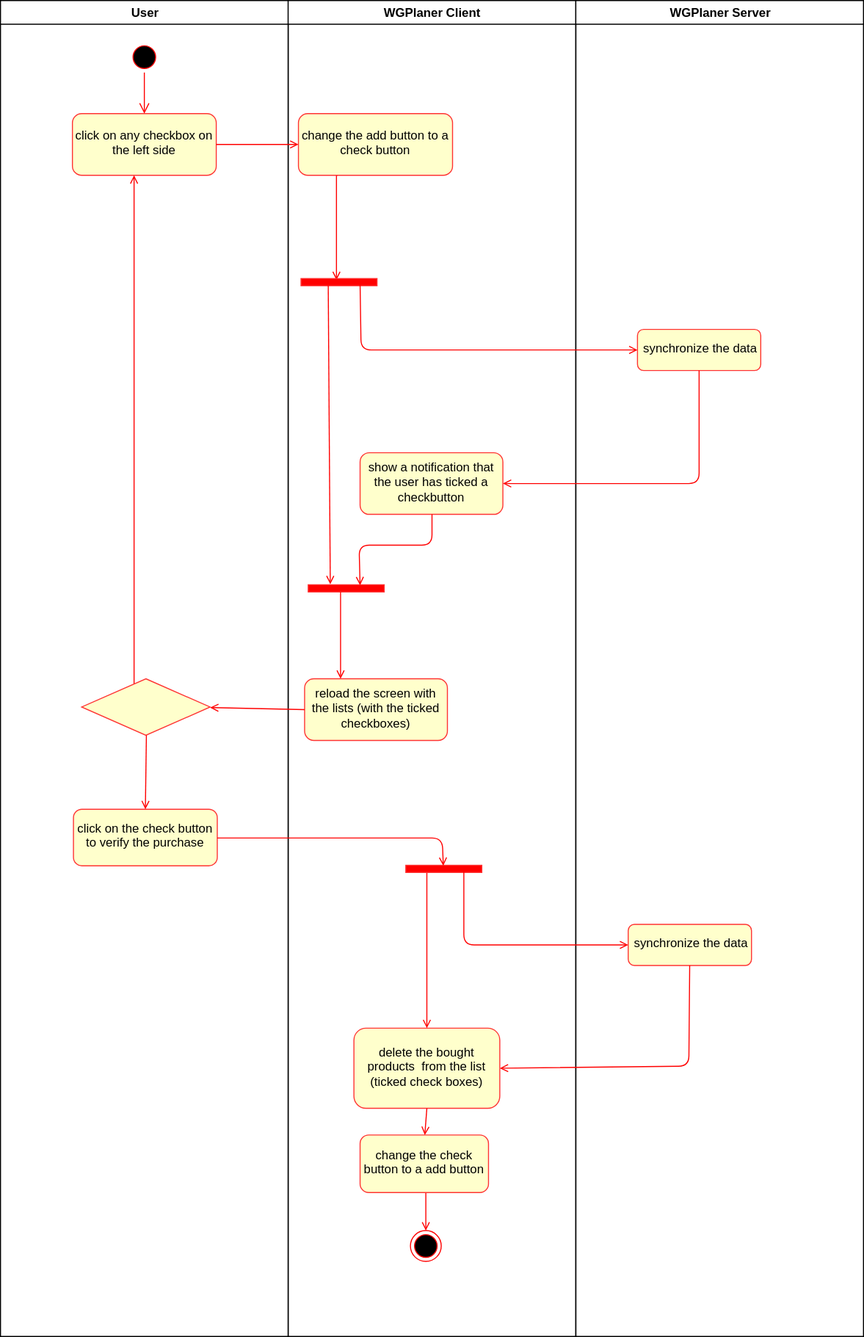
Before: Documentation/ActivityDiagrams/uc_buy_item_activity_diagramm.svg, a diagram exported from draw.io (WGPlaner/wg_planer). Source tidied: cells renumbered, new cells last; positions are measured from the earlier drawing's top-left corner, leaving out a move shared by most shapes.
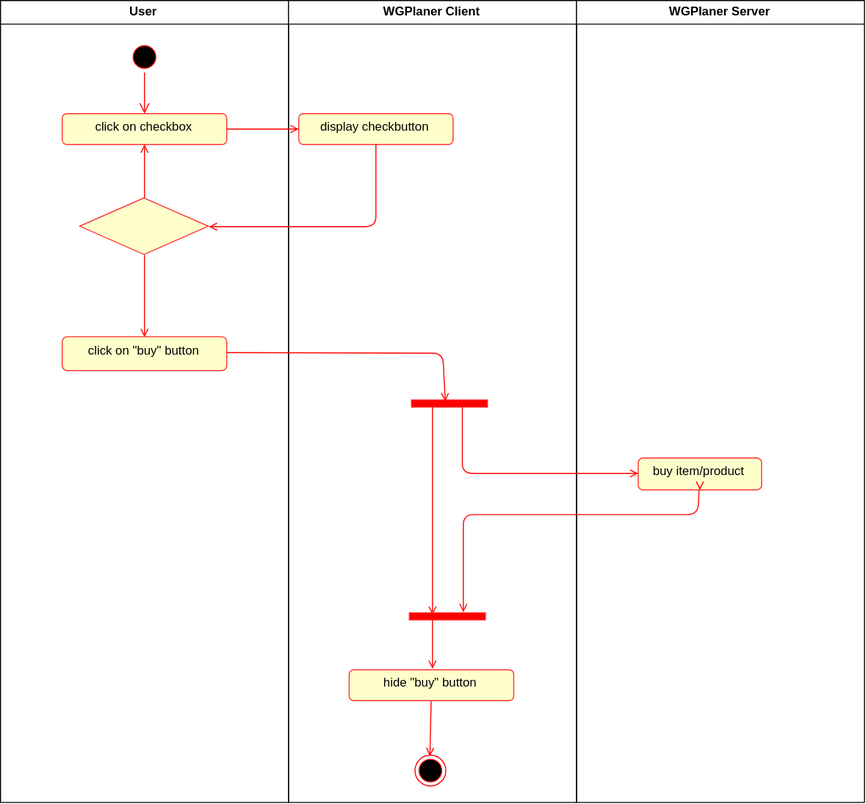
After the change.

What changed in the source:
```diff
@@ -3,7 +3,7 @@
     <mxCell id="0" />
     <mxCell id="1" parent="0" />
     <mxCell id="2" value="User" style="swimlane;whiteSpace=wrap;" parent="1" vertex="1">
-      <mxGeometry width="280" height="1300" as="geometry" />
+      <mxGeometry width="280" height="780" as="geometry" />
     </mxCell>
     <mxCell id="3" style="ellipse;shape=startState;fillColor=#000000;strokeColor=#ff0000;" parent="2" vertex="1">
       <mxGeometry x="125" y="40" width="30" height="30" as="geometry" />
@@ -11,146 +11,92 @@
     <mxCell id="4" style="edgeStyle=elbowEdgeStyle;elbow=horizontal;verticalAlign=bottom;endArrow=open;endSize=8;strokeColor=#FF0000;endFill=1;rounded=0;entryX=0.5;entryY=0;" parent="2" edge="1" source="3" target="5">
       <mxGeometry x="100" y="40" as="geometry" />
     </mxCell>
-    <mxCell id="5" value="click on any checkbox on the left side" style="rounded=1;whiteSpace=wrap;html=1;fillColor=#FFFFCC;strokeColor=#FF3333;" parent="2" vertex="1">
-      <mxGeometry x="70" y="110" width="140" height="60" as="geometry" />
+    <mxCell id="5" value="click on checkbox" style="rounded=1;whiteSpace=wrap;html=1;fillColor=#FFFFCC;strokeColor=#FF3333;" parent="2" vertex="1">
+      <mxGeometry x="60" y="110" width="160" height="30" as="geometry" />
     </mxCell>
     <mxCell id="6" style="edgeStyle=orthogonalEdgeStyle;rounded=0;html=1;exitX=0.5;exitY=0;entryX=0.5;entryY=0;jettySize=auto;orthogonalLoop=1;strokeColor=#FF0000;" parent="2" edge="1" source="5" target="5">
       <mxGeometry relative="1" as="geometry" />
     </mxCell>
-    <mxCell id="7" style="edgeStyle=orthogonalEdgeStyle;rounded=0;html=1;entryX=0.432;entryY=1;entryPerimeter=0;endArrow=open;endFill=0;jettySize=auto;strokeColor=#FF0000;" parent="2" edge="1" source="8" target="5">
-      <mxGeometry relative="1" as="geometry">
-        <Array as="points">
-          <mxPoint x="130" y="340" />
-          <mxPoint x="130" y="340" />
-        </Array>
-      </mxGeometry>
-    </mxCell>
+    <mxCell id="25" style="edgeStyle=none;rounded=1;html=1;exitX=0.5;exitY=0;entryX=0.5;entryY=1;endArrow=open;endFill=0;jettySize=auto;strokeColor=#FF0000;" parent="2" edge="1" source="8" target="5">
+      <mxGeometry relative="1" as="geometry" />
+    </mxCell>
+    <mxCell id="26" style="edgeStyle=none;rounded=1;html=1;exitX=0.5;exitY=1;entryX=0.5;entryY=0;endArrow=open;endFill=0;jettySize=auto;strokeColor=#FF0000;" parent="2" edge="1" source="8" target="9">
+      <mxGeometry relative="1" as="geometry" />
+    </mxCell>
     <mxCell id="8" style="rhombus;whiteSpace=wrap;html=1;strokeColor=#FF3333;fillColor=#FFFFCC;" parent="2" vertex="1">
-      <mxGeometry x="79" y="660" width="125" height="55" as="geometry" />
+      <mxGeometry x="77" y="192" width="125" height="55" as="geometry" />
     </mxCell>
-    <mxCell id="9" value="click on the check button to verify the purchase" style="rounded=1;whiteSpace=wrap;html=1;fillColor=#FFFFCC;strokeColor=#FF3333;" parent="2" vertex="1">
-      <mxGeometry x="71" y="787" width="140" height="55" as="geometry" />
+    <mxCell id="9" value="click on &quot;buy&quot; button" style="rounded=1;whiteSpace=wrap;html=1;fillColor=#FFFFCC;strokeColor=#FF3333;" parent="2" vertex="1">
+      <mxGeometry x="60" y="327" width="160" height="33" as="geometry" />
     </mxCell>
-    <mxCell id="10" style="endArrow=open;html=1;strokeColor=#FF0000;entryX=0.5;entryY=0;endFill=0;exitX=0.5;exitY=1;" parent="2" edge="1" source="8" target="9">
-      <mxGeometry relative="1" as="geometry" />
-    </mxCell>
     <mxCell id="11" value="WGPlaner Client" style="swimlane;whiteSpace=wrap;" parent="1" vertex="1">
-      <mxGeometry x="280" width="280" height="1300" as="geometry" />
+      <mxGeometry x="280" width="280" height="780" as="geometry" />
     </mxCell>
-    <mxCell id="12" style="edgeStyle=orthogonalEdgeStyle;rounded=0;html=1;entryX=0.228;entryY=0.534;entryPerimeter=0;endArrow=open;endFill=0;jettySize=auto;strokeColor=#FF0000;exitX=0.25;exitY=1;" parent="11" edge="1" source="13" target="15">
-      <mxGeometry relative="1" as="geometry">
-        <Array as="points">
-          <mxPoint x="47" y="250" />
-          <mxPoint x="47" y="250" />
-        </Array>
-      </mxGeometry>
-    </mxCell>
-    <mxCell id="13" value="change the add button to a check button" style="rounded=1;whiteSpace=wrap;html=1;fillColor=#FFFFCC;strokeColor=#FF3333;" parent="11" vertex="1">
-      <mxGeometry x="10" y="110" width="150" height="60" as="geometry" />
+    <mxCell id="13" value="display checkbutton" style="rounded=1;whiteSpace=wrap;html=1;fillColor=#FFFFCC;strokeColor=#FF3333;" parent="11" vertex="1">
+      <mxGeometry x="10" y="110" width="150" height="30" as="geometry" />
     </mxCell>
-    <mxCell id="14" value="reload the screen with the lists (with the ticked checkboxes)" style="rounded=1;whiteSpace=wrap;html=1;fillColor=#FFFFCC;strokeColor=#FF3333;" parent="11" vertex="1">
-      <mxGeometry x="16" y="660" width="139" height="60" as="geometry" />
-    </mxCell>
-    <mxCell id="15" style="html=1;points=[];perimeter=orthogonalPerimeter;strokeColor=#FF3333;fillColor=#FF0000;rotation=90;" parent="11" vertex="1">
-      <mxGeometry x="46" y="237" width="7" height="74" as="geometry" />
-    </mxCell>
-    <mxCell id="16" style="endArrow=open;html=1;strokeColor=#FF0000;exitX=0.929;exitY=0.644;exitPerimeter=0;endFill=0;" parent="11" edge="1" source="15">
-      <mxGeometry relative="1" as="geometry">
-        <mxPoint x="41" y="568" as="targetPoint" />
-      </mxGeometry>
-    </mxCell>
     <mxCell id="17" style="html=1;points=[];perimeter=orthogonalPerimeter;strokeColor=#FF3333;fillColor=#FF0000;rotation=90;" parent="11" vertex="1">
-      <mxGeometry x="148" y="808" width="7" height="74" as="geometry" />
+      <mxGeometry x="153" y="355" width="7" height="74" as="geometry" />
     </mxCell>
     <mxCell id="18" style="ellipse;shape=endState;fillColor=#000000;strokeColor=#ff0000;" parent="11" vertex="1">
-      <mxGeometry x="119" y="1197" width="30" height="30" as="geometry" />
+      <mxGeometry x="123" y="734" width="30" height="30" as="geometry" />
     </mxCell>
-    <mxCell id="19" value="delete the bought products&amp;nbsp; from the list (ticked check boxes)" style="rounded=1;whiteSpace=wrap;html=1;fillColor=#FFFFCC;strokeColor=#FF3333;" parent="11" vertex="1">
-      <mxGeometry x="64" y="1000" width="142" height="78" as="geometry" />
-    </mxCell>
-    <mxCell id="20" style="endArrow=open;html=1;strokeColor=#FF0000;endFill=0;entryX=0.5;entryY=0;exitX=1.017;exitY=0.728;exitPerimeter=0;" parent="11" edge="1" source="17" target="19">
+    <mxCell id="20" style="endArrow=open;html=1;strokeColor=#FF0000;endFill=0;entryX=0.214;entryY=0.708;exitX=1.017;exitY=0.728;exitPerimeter=0;entryPerimeter=0;" parent="11" edge="1" source="17" target="38">
       <mxGeometry relative="1" as="geometry" />
     </mxCell>
-    <mxCell id="21" style="edgeStyle=orthogonalEdgeStyle;curved=1;rounded=0;html=1;entryX=0.5;entryY=0;endArrow=open;endFill=0;jettySize=auto;strokeColor=#FF0000;" parent="11" edge="1" source="22" target="18">
-      <mxGeometry relative="1" as="geometry">
-        <Array as="points">
-          <mxPoint x="134" y="1171" />
-        </Array>
-      </mxGeometry>
+    <mxCell id="21" style="edgeStyle=none;rounded=1;html=1;entryX=0.5;entryY=0;endArrow=open;endFill=0;jettySize=auto;strokeColor=#FF0000;" parent="11" edge="1" source="22" target="18">
+      <mxGeometry relative="1" as="geometry" />
     </mxCell>
-    <mxCell id="22" value="change the check button to a add button " style="rounded=1;whiteSpace=wrap;html=1;fillColor=#FFFFCC;strokeColor=#FF3333;" parent="11" vertex="1">
-      <mxGeometry x="70" y="1104" width="125" height="56" as="geometry" />
+    <mxCell id="22" value="hide &quot;buy&quot; button" style="rounded=1;whiteSpace=wrap;html=1;fillColor=#FFFFCC;strokeColor=#FF3333;" parent="11" vertex="1">
+      <mxGeometry x="59" y="651" width="160" height="30" as="geometry" />
     </mxCell>
-    <mxCell id="23" style="endArrow=open;html=1;strokeColor=#FF0000;exitX=0.5;exitY=1;endFill=0;entryX=0.5;entryY=0;" parent="11" edge="1" source="19" target="22">
-      <mxGeometry relative="1" as="geometry" />
-    </mxCell>
-    <mxCell id="24" value="show a notification that the user has ticked a checkbutton" style="rounded=1;whiteSpace=wrap;html=1;fillColor=#FFFFCC;strokeColor=#FF3333;" parent="11" vertex="1">
-      <mxGeometry x="70" y="440" width="139" height="60" as="geometry" />
-    </mxCell>
-    <mxCell id="25" style="html=1;points=[];perimeter=orthogonalPerimeter;strokeColor=#FF3333;fillColor=#FF0000;rotation=90;" parent="11" vertex="1">
-      <mxGeometry x="53" y="535" width="7" height="74" as="geometry" />
-    </mxCell>
-    <mxCell id="26" style="rounded=1;html=1;entryX=0.044;entryY=0.323;endArrow=open;endFill=0;jettySize=auto;strokeColor=#FF0000;exitX=0.5;exitY=1;elbow=vertical;entryPerimeter=0;" parent="11" edge="1" source="24" target="25">
-      <mxGeometry relative="1" as="geometry">
-        <Array as="points">
-          <mxPoint x="140" y="530" />
-          <mxPoint x="69" y="530" />
-        </Array>
-      </mxGeometry>
-    </mxCell>
+    <mxCell id="38" style="html=1;points=[];perimeter=orthogonalPerimeter;strokeColor=#FF3333;fillColor=#FF0000;rotation=90;" parent="11" vertex="1">
+      <mxGeometry x="151" y="562" width="7" height="74" as="geometry" />
+    </mxCell>
+    <mxCell id="39" style="endArrow=open;html=1;strokeColor=#FF0000;endFill=0;entryX=0.5;entryY=0;exitX=1.071;exitY=0.698;exitPerimeter=0;" parent="11" edge="1" source="38" target="22">
+      <mxGeometry relative="1" as="geometry" />
+    </mxCell>
+    <mxCell id="28" value="WGPlaner Server" style="swimlane;whiteSpace=wrap;" parent="1" vertex="1">
+      <mxGeometry x="560" width="280" height="780" as="geometry" />
+    </mxCell>
+    <mxCell id="30" value="buy item/product" style="rounded=1;whiteSpace=wrap;html=1;fillColor=#FFFFCC;strokeColor=#FF3333;" parent="28" vertex="1">
+      <mxGeometry x="60" y="445" width="120" height="31" as="geometry" />
+    </mxCell>
-    <mxCell id="27" style="endArrow=open;html=1;strokeColor=#FF0000;endFill=0;entryX=0.25;entryY=0;" parent="11" edge="1" source="25" target="14">
+    <mxCell id="27" style="edgeStyle=none;rounded=1;html=1;exitX=0.5;exitY=1;endArrow=open;endFill=0;jettySize=auto;orthogonalLoop=1;strokeColor=#FF0000;" parent="28" edge="1" source="30" target="30">
       <mxGeometry relative="1" as="geometry" />
     </mxCell>
-    <mxCell id="28" value="WGPlaner Server" style="swimlane;whiteSpace=wrap;" parent="1" vertex="1">
-      <mxGeometry x="560" width="280" height="1300" as="geometry" />
-    </mxCell>
-    <mxCell id="29" value="synchronize the data" style="rounded=1;whiteSpace=wrap;html=1;fillColor=#FFFFCC;strokeColor=#FF3333;" parent="28" vertex="1">
-      <mxGeometry x="60" y="320" width="120" height="40" as="geometry" />
-    </mxCell>
-    <mxCell id="30" value="synchronize the data" style="rounded=1;whiteSpace=wrap;html=1;fillColor=#FFFFCC;strokeColor=#FF3333;" parent="28" vertex="1">
-      <mxGeometry x="51" y="899" width="120" height="40" as="geometry" />
-    </mxCell>
     <mxCell id="31" style="endArrow=open;html=1;strokeColor=#FF0000;exitX=1;exitY=0.5;entryX=0;entryY=0.5;endFill=0;" parent="1" edge="1" source="5" target="13">
       <mxGeometry relative="1" as="geometry" />
     </mxCell>
-    <mxCell id="32" style="endArrow=open;html=1;strokeColor=#FF0000;entryX=0;entryY=0.5;exitX=0.843;exitY=0.22;exitPerimeter=0;endFill=0;" parent="1" edge="1" source="15" target="29">
-      <mxGeometry relative="1" as="geometry">
-        <Array as="points">
-          <mxPoint x="351" y="340" />
-        </Array>
-      </mxGeometry>
-    </mxCell>
-    <mxCell id="33" style="endArrow=open;html=1;strokeColor=#FF0000;exitX=0;exitY=0.5;endFill=0;entryX=1;entryY=0.5;" parent="1" edge="1" source="14" target="8">
-      <mxGeometry relative="1" as="geometry" />
-    </mxCell>
-    <mxCell id="34" style="endArrow=open;html=1;strokeColor=#FF0000;exitX=1;exitY=0.5;endFill=0;entryX=0.024;entryY=0.507;entryPerimeter=0;" parent="1" edge="1" source="9" target="17">
+    <mxCell id="34" style="endArrow=open;html=1;strokeColor=#FF0000;exitX=1;exitY=0.5;endFill=0;entryX=0.051;entryY=0.57;entryPerimeter=0;" parent="1" edge="1" source="9" target="17">
       <mxGeometry relative="1" as="geometry">
         <Array as="points">
-          <mxPoint x="430" y="815" />
+          <mxPoint x="430" y="343" />
         </Array>
       </mxGeometry>
     </mxCell>
     <mxCell id="35" style="endArrow=open;html=1;strokeColor=#FF0000;entryX=0;entryY=0.5;endFill=0;" parent="1" edge="1" target="30">
       <mxGeometry relative="1" as="geometry">
-        <mxPoint x="451" y="845" as="sourcePoint" />
+        <mxPoint x="449" y="392" as="sourcePoint" />
         <Array as="points">
-          <mxPoint x="451" y="919" />
+          <mxPoint x="449" y="460" />
         </Array>
       </mxGeometry>
     </mxCell>
-    <mxCell id="36" style="rounded=1;html=1;entryX=1;entryY=0.5;endArrow=open;endFill=0;jettySize=auto;strokeColor=#FF0000;exitX=0.5;exitY=1;elbow=vertical;" parent="1" edge="1" source="29" target="24">
-      <mxGeometry relative="1" as="geometry">
-        <Array as="points">
-          <mxPoint x="680" y="470" />
-        </Array>
-      </mxGeometry>
-    </mxCell>
-    <mxCell id="37" style="html=1;entryX=1;entryY=0.5;endArrow=open;endFill=0;jettySize=auto;strokeColor=#FF0000;rounded=1;" parent="1" edge="1" source="30" target="19">
+    <mxCell id="37" style="html=1;endArrow=open;endFill=0;jettySize=auto;strokeColor=#FF0000;rounded=1;entryX=0.071;entryY=0.286;entryPerimeter=0;" parent="1" edge="1" source="30" target="38">
       <mxGeometry relative="1" as="geometry">
         <Array as="points">
-          <mxPoint x="670" y="1037" />
+          <mxPoint x="678" y="500" />
+          <mxPoint x="450" y="500" />
         </Array>
       </mxGeometry>
     </mxCell>
+    <mxCell id="24" style="edgeStyle=none;rounded=1;html=1;exitX=0.5;exitY=1;entryX=1;entryY=0.5;endArrow=open;endFill=0;jettySize=auto;strokeColor=#FF0000;" parent="1" edge="1" source="13" target="8">
+      <mxGeometry relative="1" as="geometry">
+        <Array as="points">
+          <mxPoint x="365" y="220" />
+        </Array>
+      </mxGeometry>
+    </mxCell>
   </root>
 </mxGraphModel>
```
